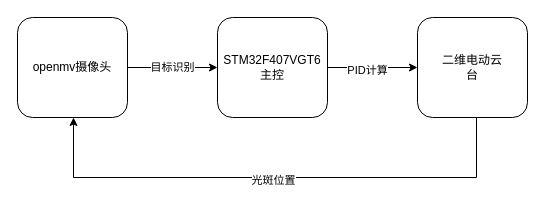
This is 流程图/控制系统流程图.drawio from mlhua/hua, a draw.io file, before an edit. Source tidied: cells renumbered, new cells numbered last; positions are measured from the earlier drawing's top-left corner, leaving out a move shared by most shapes. Both pictures are drawn from the tidied source at 100%, with x=0, y=0 at pixel (17, 17).
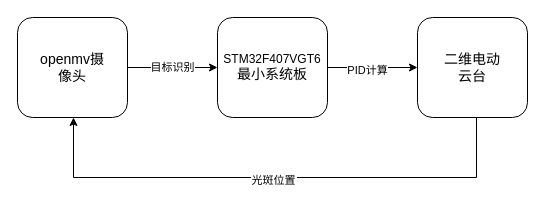
Above is the later version.

Commit message (it also covers changes not shown here):
更新控制系统流程图.drawio

What changed in the source:
```diff
@@
 <mxGraphModel>
   <root>
     <mxCell id="0" />
     <mxCell id="1" parent="0" />
     <mxCell id="2" value="目标识别" style="edgeStyle=orthogonalEdgeStyle;rounded=0;jettySize=auto;html=1;" parent="1" edge="1" source="3" target="6">
       <mxGeometry relative="1" as="geometry" />
     </mxCell>
-    <mxCell id="3" value="openmv摄像头" style="rounded=1;whiteSpace=wrap;html=1;" parent="1" vertex="1">
+    <mxCell id="3" value="openmv摄像头" style="rounded=1;whiteSpace=wrap;html=1;fontSize=14;spacingLeft=20;spacingRight=20;" parent="1" vertex="1">
       <mxGeometry width="110" height="100" as="geometry" />
     </mxCell>
     <mxCell id="4" style="edgeStyle=orthogonalEdgeStyle;rounded=0;jettySize=auto;html=1;" parent="1" edge="1" source="6" target="7">
       <mxGeometry relative="1" as="geometry" />
     </mxCell>
     <mxCell id="5" value="PID计算" style="edgeLabel;html=1;align=center;verticalAlign=middle;" parent="4" vertex="1">
       <mxGeometry x="-0.13" y="-2" relative="1" as="geometry" />
     </mxCell>
-    <mxCell id="6" value="STM32F407VGT6&lt;br&gt;主控" style="whiteSpace=wrap;html=1;rounded=1;" parent="1" vertex="1">
+    <mxCell id="6" value="STM32F407VGT6&lt;br style=&quot;font-size: 12px;&quot;&gt;&lt;span style=&quot;font-size: 14px;&quot;&gt;最小系统板&lt;/span&gt;" style="whiteSpace=wrap;rounded=1;spacingLeft=20;spacingRight=20;fontSize=12;html=1;align=center;" parent="1" vertex="1">
       <mxGeometry x="200" width="110" height="100" as="geometry" />
     </mxCell>
-    <mxCell id="7" value="二维电动云台" style="whiteSpace=wrap;html=1;rounded=1;fontSize=12;spacingLeft=20;spacingRight=20;" parent="1" vertex="1">
+    <mxCell id="7" value="二维电动云台" style="whiteSpace=wrap;html=1;rounded=1;fontSize=14;spacingLeft=20;spacingRight=20;" parent="1" vertex="1">
       <mxGeometry x="400" width="110" height="100" as="geometry" />
     </mxCell>
     <mxCell id="8" style="edgeStyle=orthogonalEdgeStyle;rounded=0;orthogonalLoop=1;jettySize=auto;html=1;entryX=0.5;entryY=1;entryDx=0;entryDy=0;" parent="1" edge="1">
       <mxGeometry relative="1" as="geometry">
         <mxPoint x="459" y="100" as="sourcePoint" />
         <mxPoint x="56" y="100" as="targetPoint" />
         <Array as="points">
           <mxPoint x="459" y="160" />
           <mxPoint x="56" y="160" />
         </Array>
       </mxGeometry>
     </mxCell>
-    <mxCell id="9" value="光斑位置" style="edgeLabel;html=1;align=center;verticalAlign=middle;" parent="8" vertex="1">
+    <mxCell id="9" value="光斑位置" style="edgeLabel;html=1;align=center;verticalAlign=middle;labelBorderColor=#FFFFFF;" parent="8" vertex="1">
       <mxGeometry x="0.01" y="2" relative="1" as="geometry" />
     </mxCell>
   </root>
 </mxGraphModel>
```
